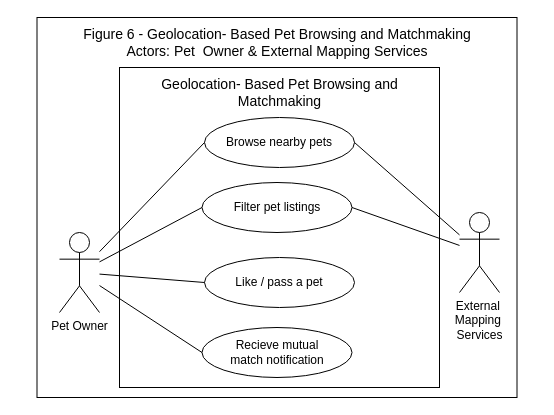
Earlier version of the draw.io diagram page "fig-6" (6 of 10) of USE-CASE_Diagram_Franco.drawio (Chels013/Breedr-Diagrams). Source tidied: cells renumbered, new cells numbered last; positions are measured from the earlier drawing's top-left corner, leaving out a move shared by most shapes. Both pictures are drawn from the tidied source at 100%, with x=0, y=0 at pixel (17, 17).
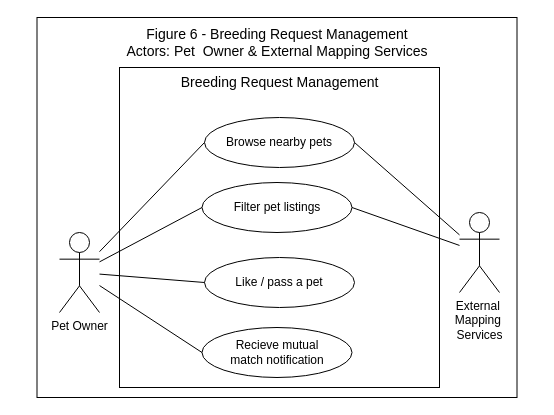
After the change.

The edit, as a diff of the source:
```diff
@@
 <mxGraphModel>
   <root>
     <mxCell id="0" />
     <mxCell id="1" parent="0" />
     <mxCell id="2" style="rounded=0;whiteSpace=wrap;html=1;align=center;verticalAlign=middle;fontFamily=Helvetica;fontSize=12;" parent="1" vertex="1">
       <mxGeometry x="19.5" width="480" height="380" as="geometry" />
     </mxCell>
-    <mxCell id="3" value="Figure 6 - Geolocation- Based Pet Browsing and Matchmaking&lt;div&gt;Actors: Pet&amp;nbsp; Owner &amp;amp; External Mapping Services&lt;/div&gt;" style="text;html=1;align=center;verticalAlign=middle;whiteSpace=wrap;rounded=0;fontSize=14;" parent="1" vertex="1">
+    <mxCell id="3" value="Figure 6 - Breeding Request Management&lt;div&gt;Actors: Pet&amp;nbsp; Owner &amp;amp; External Mapping Services&lt;/div&gt;" style="text;html=1;align=center;verticalAlign=middle;whiteSpace=wrap;rounded=0;fontSize=14;" parent="1" vertex="1">
       <mxGeometry x="-0.5" y="10" width="520" height="30" as="geometry" />
     </mxCell>
     <mxCell id="4" style="rounded=0;whiteSpace=wrap;html=1;" parent="1" vertex="1">
       <mxGeometry x="102" y="50" width="320" height="320" as="geometry" />
     </mxCell>
-    <mxCell id="5" value="&lt;span style=&quot;color: rgb(0, 0, 0);&quot;&gt;Geolocation- Based Pet Browsing and Matchmaking&lt;/span&gt;" style="text;html=1;align=center;verticalAlign=middle;whiteSpace=wrap;rounded=0;fontSize=14;" parent="1" vertex="1">
-      <mxGeometry x="114.5" y="60" width="295" height="30" as="geometry" />
+    <mxCell id="5" value="&lt;span style=&quot;color: rgb(0, 0, 0);&quot;&gt;Breeding Request Management&lt;/span&gt;" style="text;html=1;align=center;verticalAlign=middle;whiteSpace=wrap;rounded=0;fontSize=14;" parent="1" vertex="1">
+      <mxGeometry x="114.5" y="50" width="295" height="30" as="geometry" />
     </mxCell>
     <mxCell id="6" value="Browse nearby pets" style="ellipse;whiteSpace=wrap;html=1;" parent="1" vertex="1">
       <mxGeometry x="187" y="100" width="150" height="50" as="geometry" />
     </mxCell>
     <mxCell id="7" value="Filter pet listings" style="ellipse;whiteSpace=wrap;html=1;" parent="1" vertex="1">
       <mxGeometry x="184.5" y="165" width="150" height="50" as="geometry" />
     </mxCell>
     <mxCell id="8" value="Like / pass a pet" style="ellipse;whiteSpace=wrap;html=1;" parent="1" vertex="1">
       <mxGeometry x="187" y="240" width="150" height="50" as="geometry" />
     </mxCell>
     <mxCell id="9" value="Recieve mutual&lt;div&gt;match notification&lt;/div&gt;" style="ellipse;whiteSpace=wrap;html=1;" parent="1" vertex="1">
       <mxGeometry x="184.5" y="310" width="150" height="50" as="geometry" />
     </mxCell>
     <mxCell id="10" value="Pet Owner" style="shape=umlActor;verticalLabelPosition=bottom;verticalAlign=top;html=1;outlineConnect=0;" parent="1" vertex="1">
       <mxGeometry x="42" y="215" width="40" height="80" as="geometry" />
     </mxCell>
     <mxCell id="11" value="External&amp;nbsp;&lt;div&gt;Mapping&amp;nbsp;&lt;div&gt;Services&lt;/div&gt;&lt;/div&gt;" style="shape=umlActor;verticalLabelPosition=bottom;verticalAlign=top;html=1;outlineConnect=0;" parent="1" vertex="1">
       <mxGeometry x="442" y="195" width="40" height="80" as="geometry" />
     </mxCell>
     <mxCell id="12" style="endArrow=none;html=1;entryX=1;entryY=0.5;entryDx=0;entryDy=0;" parent="1" edge="1" source="11" target="7">
       <mxGeometry relative="1" as="geometry" />
     </mxCell>
     <mxCell id="13" style="endArrow=none;html=1;entryX=0;entryY=0.5;entryDx=0;entryDy=0;" parent="1" edge="1" source="10" target="6">
       <mxGeometry relative="1" as="geometry" />
     </mxCell>
     <mxCell id="14" style="endArrow=none;html=1;entryX=0;entryY=0.5;entryDx=0;entryDy=0;" parent="1" edge="1" source="10" target="7">
       <mxGeometry relative="1" as="geometry" />
     </mxCell>
     <mxCell id="15" style="endArrow=none;html=1;entryX=0;entryY=0.5;entryDx=0;entryDy=0;" parent="1" edge="1" source="10" target="9">
       <mxGeometry relative="1" as="geometry" />
     </mxCell>
     <mxCell id="16" style="endArrow=none;html=1;entryX=0;entryY=0.5;entryDx=0;entryDy=0;" parent="1" edge="1" source="10" target="8">
       <mxGeometry relative="1" as="geometry" />
     </mxCell>
     <mxCell id="17" style="endArrow=none;html=1;entryX=1;entryY=0.5;entryDx=0;entryDy=0;" parent="1" edge="1" source="11" target="6">
       <mxGeometry relative="1" as="geometry" />
     </mxCell>
   </root>
 </mxGraphModel>
```
